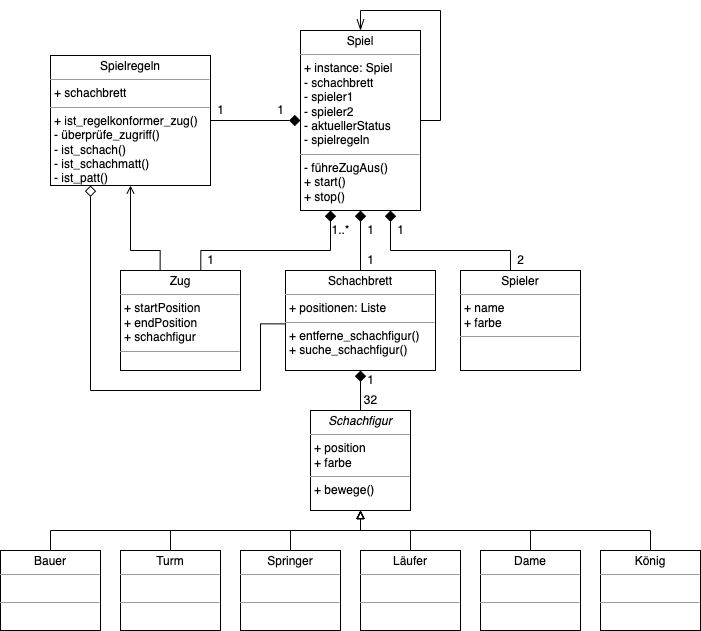
Above: Schach_UML.png in tobiasknode/chess (draw.io), before the change. Source tidied: cells renumbered, new cells last; positions are measured from the earlier drawing's top-left corner, leaving out a move shared by most shapes.
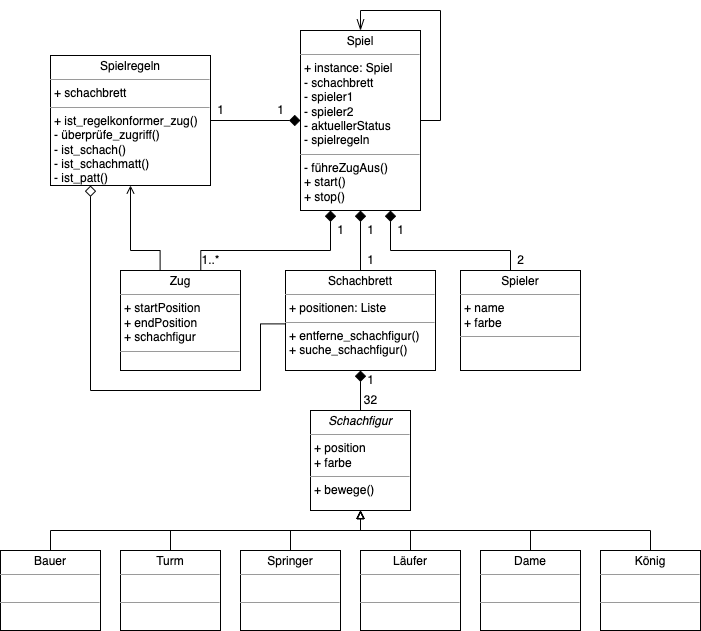
Above is the later version.

Commit message:
CHORE: Updated UML diagram

The edit, as a diff of the source:
```diff
@@ -156,11 +156,11 @@
     <mxCell id="34" value="1" style="text;html=1;align=center;verticalAlign=middle;strokeColor=none;fillColor=none;" parent="1" vertex="1">
       <mxGeometry x="210" y="90" width="20" height="20" as="geometry" />
     </mxCell>
-    <mxCell id="35" value="1" style="text;html=1;align=center;verticalAlign=middle;strokeColor=none;fillColor=none;" parent="1" vertex="1">
-      <mxGeometry x="200" y="240" width="20" height="20" as="geometry" />
+    <mxCell id="35" value="1..*" style="text;html=1;align=center;verticalAlign=middle;strokeColor=none;fillColor=none;" parent="1" vertex="1">
+      <mxGeometry x="195" y="240" width="30" height="20" as="geometry" />
     </mxCell>
-    <mxCell id="36" value="1..*" style="text;html=1;align=center;verticalAlign=middle;strokeColor=none;fillColor=none;" parent="1" vertex="1">
-      <mxGeometry x="325" y="210" width="30" height="20" as="geometry" />
+    <mxCell id="36" value="1" style="text;html=1;align=center;verticalAlign=middle;strokeColor=none;fillColor=none;" parent="1" vertex="1">
+      <mxGeometry x="330" y="210" width="20" height="20" as="geometry" />
     </mxCell>
     <mxCell id="37" style="endArrow=openThin;endFill=0;endSize=9;html=1;rounded=0;entryX=0.5;entryY=0;entryDx=0;entryDy=0;exitX=1;exitY=0.5;exitDx=0;exitDy=0;" parent="1" edge="1" source="4" target="4">
       <mxGeometry relative="1" as="geometry">
```
